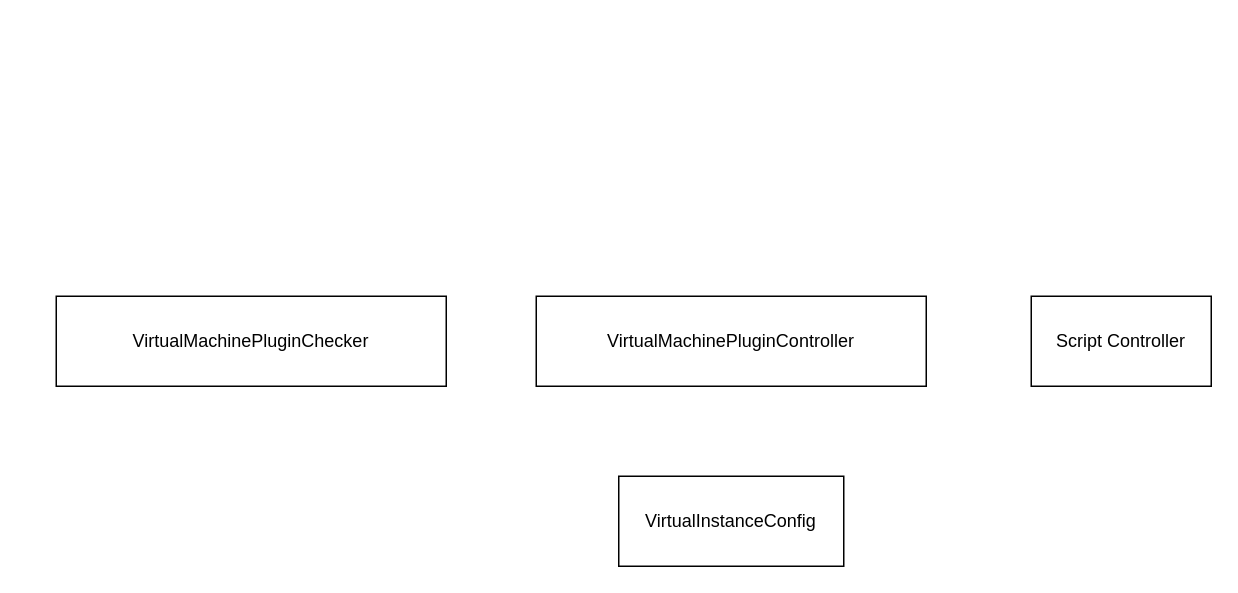
boldingcape/LazySupport keeps this draw.io diagram as Project-Diagram.drawio. Above is the earlier version. Source tidied: cells renumbered, new cells numbered last; positions are measured from the earlier drawing's top-left corner, leaving out a move shared by most shapes. Both pictures are drawn from the tidied source at 150%, with x=0, y=0 at pixel (56, 296).
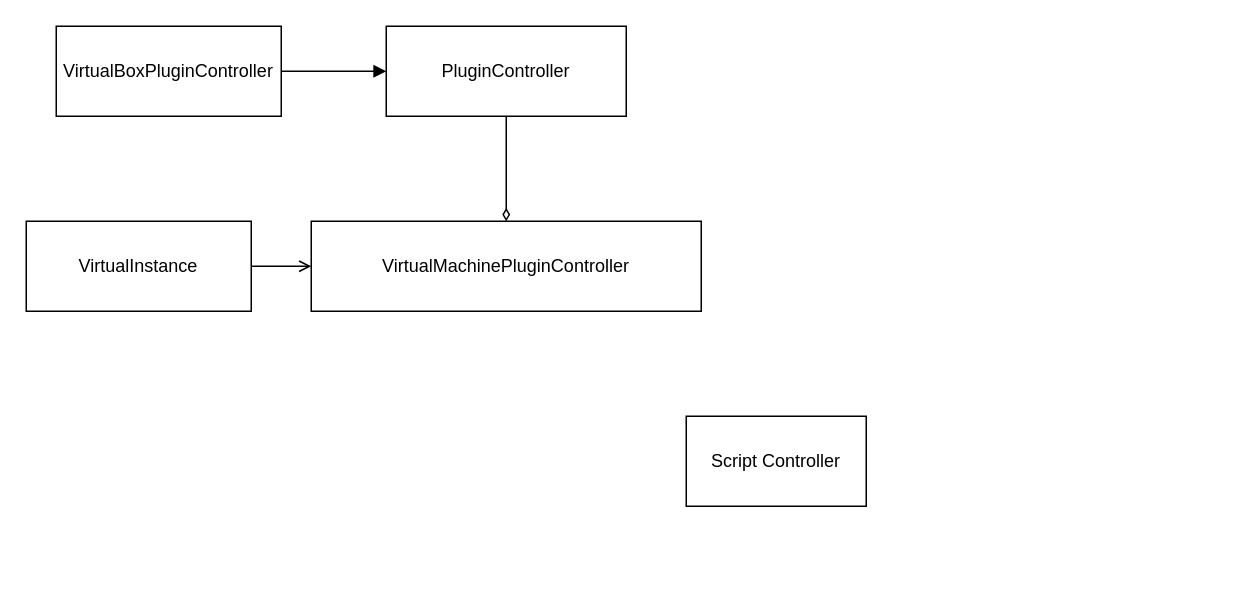
Above is the later version.

Change to the diagram source:
```diff
@@
 <mxGraphModel>
   <root>
     <mxCell id="0" />
     <mxCell id="1" parent="0" />
+    <mxCell id="6" style="edgeStyle=orthogonalEdgeStyle;rounded=0;jettySize=auto;html=1;endArrow=none;endFill=0;startArrow=diamondThin;startFill=0;" parent="1" edge="1" source="2" target="8">
+      <mxGeometry relative="1" as="geometry" />
+    </mxCell>
     <mxCell id="2" value="VirtualMachinePluginController" style="rounded=0;whiteSpace=wrap;html=1;" parent="1" vertex="1">
-      <mxGeometry x="320" width="260" height="60" as="geometry" />
+      <mxGeometry x="170" y="-50" width="260" height="60" as="geometry" />
     </mxCell>
     <mxCell id="3" value="Script Controller" style="rounded=0;whiteSpace=wrap;html=1;" parent="1" vertex="1">
-      <mxGeometry x="650" width="120" height="60" as="geometry" />
+      <mxGeometry x="420" y="80" width="120" height="60" as="geometry" />
     </mxCell>
+    <mxCell id="7" style="edgeStyle=orthogonalEdgeStyle;rounded=0;jettySize=auto;html=1;startArrow=none;startFill=0;endArrow=open;endFill=0;" parent="1" edge="1" source="4" target="2">
+      <mxGeometry relative="1" as="geometry" />
+    </mxCell>
-    <mxCell id="4" value="VirtualInstanceConfig" style="rounded=0;whiteSpace=wrap;html=1;" parent="1" vertex="1">
-      <mxGeometry x="375" y="120" width="150" height="60" as="geometry" />
+    <mxCell id="4" value="VirtualInstance" style="rounded=0;whiteSpace=wrap;html=1;" parent="1" vertex="1">
+      <mxGeometry x="-20" y="-50" width="150" height="60" as="geometry" />
     </mxCell>
-    <mxCell id="5" value="VirtualMachinePluginChecker" style="rounded=0;whiteSpace=wrap;html=1;" parent="1" vertex="1">
-      <mxGeometry width="260" height="60" as="geometry" />
-    </mxCell>
+    <mxCell id="8" value="PluginController" style="rounded=0;whiteSpace=wrap;html=1;" parent="1" vertex="1">
+      <mxGeometry x="220" y="-180" width="160" height="60" as="geometry" />
+    </mxCell>
+    <mxCell id="9" style="edgeStyle=orthogonalEdgeStyle;rounded=0;jettySize=auto;html=1;entryX=0;entryY=0.5;entryDx=0;entryDy=0;startArrow=none;startFill=0;endArrow=block;endFill=1;" parent="1" edge="1" source="10" target="8">
+      <mxGeometry relative="1" as="geometry" />
+    </mxCell>
+    <mxCell id="10" value="VirtualBoxPluginController" style="rounded=0;whiteSpace=wrap;html=1;" parent="1" vertex="1">
+      <mxGeometry y="-180" width="150" height="60" as="geometry" />
+    </mxCell>
   </root>
 </mxGraphModel>
```
